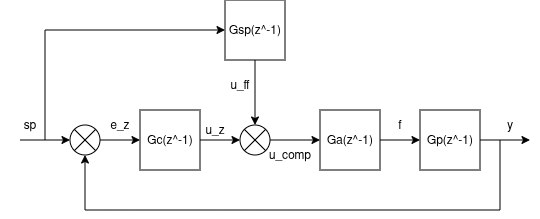
This is docs/documentacion/img/ff_sp.png from aguscsc/Sistema-de-Control-para-Planta-Piloto-de-4-Estanques, a draw.io export, as it was before one commit. Source tidied: cells renumbered, new cells last; positions are measured from the earlier drawing's top-left corner, leaving out a move shared by most shapes.
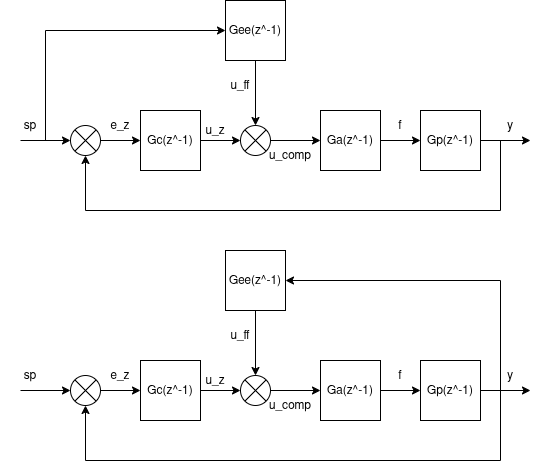
After the commit.

The edit, as a diff of the source:
```diff
@@ -17,7 +17,7 @@
     <mxCell id="6" style="edgeStyle=orthogonalEdgeStyle;rounded=0;jettySize=auto;html=1;entryX=0.5;entryY=0;entryDx=0;entryDy=0;entryPerimeter=0;" parent="1" edge="1" source="7" target="9">
       <mxGeometry relative="1" as="geometry" />
     </mxCell>
-    <mxCell id="7" value="Gsp(z^-1)" style="rounded=0;whiteSpace=wrap;html=1;" parent="1" vertex="1">
+    <mxCell id="7" value="Gee(z^-1)" style="rounded=0;whiteSpace=wrap;html=1;" parent="1" vertex="1">
       <mxGeometry x="225" width="60" height="60" as="geometry" />
     </mxCell>
     <mxCell id="8" style="edgeStyle=orthogonalEdgeStyle;rounded=0;jettySize=auto;html=1;" parent="1" edge="1" source="9" target="5">
@@ -84,5 +84,88 @@
     <mxCell id="23" value="u_comp" style="text;html=1;whiteSpace=wrap;strokeColor=none;fillColor=none;align=center;verticalAlign=middle;rounded=0;" parent="1" vertex="1">
       <mxGeometry x="260" y="140" width="60" height="30" as="geometry" />
     </mxCell>
+    <mxCell id="24" style="edgeStyle=orthogonalEdgeStyle;rounded=0;jettySize=auto;html=1;" parent="1" edge="1" source="25" target="31">
+      <mxGeometry relative="1" as="geometry" />
+    </mxCell>
+    <mxCell id="25" value="Gc(z^-1)" style="rounded=0;whiteSpace=wrap;html=1;" parent="1" vertex="1">
+      <mxGeometry x="140" y="360" width="60" height="60" as="geometry" />
+    </mxCell>
+    <mxCell id="26" style="edgeStyle=orthogonalEdgeStyle;rounded=0;jettySize=auto;html=1;entryX=0;entryY=0.5;entryDx=0;entryDy=0;" parent="1" edge="1" source="27" target="33">
+      <mxGeometry relative="1" as="geometry" />
+    </mxCell>
+    <mxCell id="27" value="Ga(z^-1)" style="rounded=0;whiteSpace=wrap;html=1;" parent="1" vertex="1">
+      <mxGeometry x="320" y="360" width="60" height="60" as="geometry" />
+    </mxCell>
+    <mxCell id="28" style="edgeStyle=orthogonalEdgeStyle;rounded=0;jettySize=auto;html=1;entryX=0.5;entryY=0;entryDx=0;entryDy=0;entryPerimeter=0;" parent="1" edge="1" source="29" target="31">
+      <mxGeometry relative="1" as="geometry" />
+    </mxCell>
+    <mxCell id="29" value="Gee(z^-1)" style="rounded=0;whiteSpace=wrap;html=1;" parent="1" vertex="1">
+      <mxGeometry x="225" y="250" width="60" height="60" as="geometry" />
+    </mxCell>
+    <mxCell id="30" style="edgeStyle=orthogonalEdgeStyle;rounded=0;jettySize=auto;html=1;" parent="1" edge="1" source="31" target="27">
+      <mxGeometry relative="1" as="geometry" />
+    </mxCell>
+    <mxCell id="31" style="verticalLabelPosition=bottom;verticalAlign=top;html=1;shape=mxgraph.flowchart.or;" parent="1" vertex="1">
+      <mxGeometry x="240" y="375" width="30" height="30" as="geometry" />
+    </mxCell>
+    <mxCell id="32" style="edgeStyle=orthogonalEdgeStyle;rounded=0;jettySize=auto;html=1;" parent="1" edge="1" source="33">
+      <mxGeometry relative="1" as="geometry">
+        <mxPoint x="530" y="390" as="targetPoint" />
+      </mxGeometry>
+    </mxCell>
+    <mxCell id="33" value="Gp(z^-1)" style="rounded=0;whiteSpace=wrap;html=1;" parent="1" vertex="1">
+      <mxGeometry x="420" y="360" width="60" height="60" as="geometry" />
+    </mxCell>
+    <mxCell id="34" style="endArrow=classic;html=1;rounded=0;" parent="1" edge="1" target="25">
+      <mxGeometry relative="1" as="geometry">
+        <mxPoint x="100" y="390" as="sourcePoint" />
+      </mxGeometry>
+    </mxCell>
+    <mxCell id="35" value="y" style="text;html=1;whiteSpace=wrap;strokeColor=none;fillColor=none;align=center;verticalAlign=middle;rounded=0;" parent="1" vertex="1">
+      <mxGeometry x="480" y="360" width="60" height="30" as="geometry" />
+    </mxCell>
+    <mxCell id="36" style="verticalLabelPosition=bottom;verticalAlign=top;html=1;shape=mxgraph.flowchart.or;" parent="1" vertex="1">
+      <mxGeometry x="70" y="375" width="30" height="30" as="geometry" />
+    </mxCell>
+    <mxCell id="37" style="endArrow=classic;html=1;rounded=0;entryX=0;entryY=0.5;entryDx=0;entryDy=0;entryPerimeter=0;" parent="1" edge="1" target="36">
+      <mxGeometry relative="1" as="geometry">
+        <mxPoint x="20" y="390" as="sourcePoint" />
+      </mxGeometry>
+    </mxCell>
+    <mxCell id="38" value="sp" style="text;html=1;whiteSpace=wrap;strokeColor=none;fillColor=none;align=center;verticalAlign=middle;rounded=0;" parent="1" vertex="1">
+      <mxGeometry y="360" width="60" height="30" as="geometry" />
+    </mxCell>
+    <mxCell id="39" style="endArrow=classic;html=1;rounded=0;entryX=0.5;entryY=1;entryDx=0;entryDy=0;entryPerimeter=0;" parent="1" edge="1" target="36">
+      <mxGeometry relative="1" as="geometry">
+        <mxPoint x="500" y="390" as="sourcePoint" />
+        <Array as="points">
+          <mxPoint x="500" y="460" />
+          <mxPoint x="85" y="460" />
+        </Array>
+      </mxGeometry>
+    </mxCell>
+    <mxCell id="40" value="u_z" style="text;html=1;whiteSpace=wrap;strokeColor=none;fillColor=none;align=center;verticalAlign=middle;rounded=0;" parent="1" vertex="1">
+      <mxGeometry x="200" y="370" width="30" height="20" as="geometry" />
+    </mxCell>
+    <mxCell id="41" value="e_z" style="text;html=1;whiteSpace=wrap;strokeColor=none;fillColor=none;align=center;verticalAlign=middle;rounded=0;" parent="1" vertex="1">
+      <mxGeometry x="90" y="360" width="60" height="30" as="geometry" />
+    </mxCell>
+    <mxCell id="42" value="f" style="text;html=1;whiteSpace=wrap;strokeColor=none;fillColor=none;align=center;verticalAlign=middle;rounded=0;" parent="1" vertex="1">
+      <mxGeometry x="380" y="360" width="40" height="30" as="geometry" />
+    </mxCell>
+    <mxCell id="43" value="u_ff" style="text;html=1;whiteSpace=wrap;strokeColor=none;fillColor=none;align=center;verticalAlign=middle;rounded=0;" parent="1" vertex="1">
+      <mxGeometry x="220" y="320" width="40" height="30" as="geometry" />
+    </mxCell>
+    <mxCell id="44" value="u_comp" style="text;html=1;whiteSpace=wrap;strokeColor=none;fillColor=none;align=center;verticalAlign=middle;rounded=0;" parent="1" vertex="1">
+      <mxGeometry x="260" y="390" width="60" height="30" as="geometry" />
+    </mxCell>
+    <mxCell id="45" style="endArrow=classic;html=1;rounded=0;entryX=1;entryY=0.5;entryDx=0;entryDy=0;" parent="1" edge="1" target="29">
+      <mxGeometry relative="1" as="geometry">
+        <mxPoint x="500" y="400" as="sourcePoint" />
+        <Array as="points">
+          <mxPoint x="500" y="280" />
+        </Array>
+      </mxGeometry>
+    </mxCell>
   </root>
 </mxGraphModel>
```
